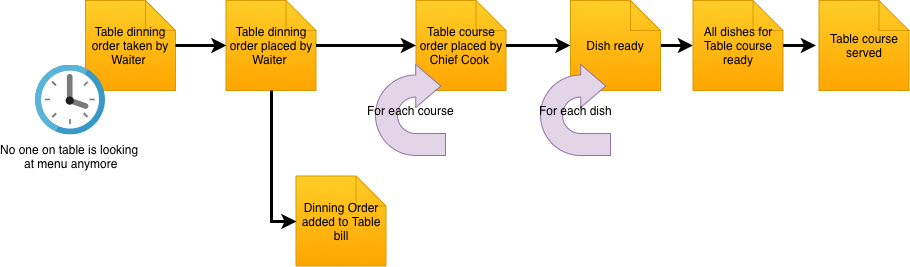
This is img/posts/events-restaurant/diningOrderEvents.png from tripledio/tripledio.github.io, a draw.io export, as it was before one commit. Source tidied: cells renumbered, new cells last; positions are measured from the earlier drawing's top-left corner, leaving out a move shared by most shapes.
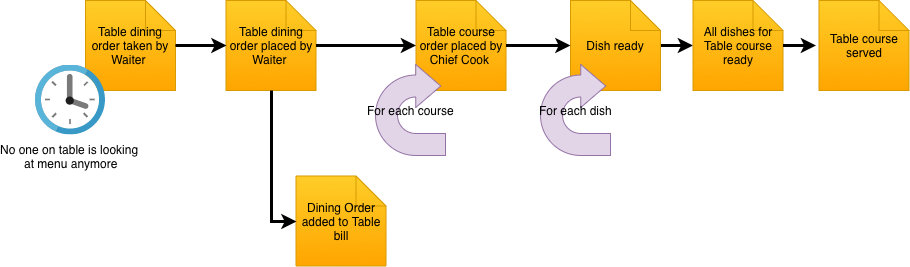
After the change.

Commit message:
Spelling order in Dining event flow

The edit, as a diff of the source:
```diff
@@ -2,10 +2,10 @@
   <root>
     <mxCell id="0" />
     <mxCell id="1" parent="0" />
-    <mxCell id="2" value="&lt;span&gt;Table dinning order taken by Waiter&amp;nbsp;&lt;/span&gt;&lt;br&gt;" style="shape=note;whiteSpace=wrap;html=1;backgroundOutline=1;fillColor=#ffcd28;strokeColor=#d79b00;gradientColor=#ffa500;fontStyle=0;" parent="1" vertex="1">
+    <mxCell id="2" value="&lt;span&gt;Table dining order taken by Waiter&amp;nbsp;&lt;/span&gt;&lt;br&gt;" style="shape=note;whiteSpace=wrap;html=1;backgroundOutline=1;fillColor=#ffcd28;strokeColor=#d79b00;gradientColor=#ffa500;fontStyle=0;" parent="1" vertex="1">
       <mxGeometry x="50" width="90" height="90" as="geometry" />
     </mxCell>
-    <mxCell id="3" value="&lt;span&gt;Table dinning order placed by Waiter&amp;nbsp;&lt;/span&gt;&lt;br&gt;" style="shape=note;whiteSpace=wrap;html=1;backgroundOutline=1;fillColor=#ffcd28;strokeColor=#d79b00;gradientColor=#ffa500;fontStyle=0;" parent="1" vertex="1">
+    <mxCell id="3" value="&lt;span&gt;Table dining order placed by Waiter&amp;nbsp;&lt;/span&gt;&lt;br&gt;" style="shape=note;whiteSpace=wrap;html=1;backgroundOutline=1;fillColor=#ffcd28;strokeColor=#d79b00;gradientColor=#ffa500;fontStyle=0;" parent="1" vertex="1">
       <mxGeometry x="190.5" width="90" height="90" as="geometry" />
     </mxCell>
     <mxCell id="4" style="edgeStyle=orthogonalEdgeStyle;rounded=0;html=1;entryX=0;entryY=0.5;entryDx=0;entryDy=0;entryPerimeter=0;jettySize=auto;strokeWidth=3;fontStyle=0;" parent="1" edge="1" source="2" target="3">
@@ -38,7 +38,7 @@
     <mxCell id="13" value="&lt;span&gt;No one on table is looking &lt;br&gt;at menu anymore&lt;/span&gt;" style="html=1;perimeter=none;align=center;shadow=0;dashed=0;image;fontSize=12;image=img/lib/mscae/Clock.svg;fontStyle=0;" parent="1" vertex="1">
       <mxGeometry y="64.5" width="70" height="70" as="geometry" />
     </mxCell>
-    <mxCell id="14" value="&lt;span&gt;Dinning Order added to Table bill&lt;/span&gt;&lt;br&gt;" style="shape=note;whiteSpace=wrap;html=1;backgroundOutline=1;fillColor=#ffcd28;strokeColor=#d79b00;gradientColor=#ffa500;fontStyle=0;" parent="1" vertex="1">
+    <mxCell id="14" value="&lt;span&gt;Dining Order added to Table bill&lt;/span&gt;&lt;br&gt;" style="shape=note;whiteSpace=wrap;html=1;backgroundOutline=1;fillColor=#ffcd28;strokeColor=#d79b00;gradientColor=#ffa500;fontStyle=0;" parent="1" vertex="1">
       <mxGeometry x="260.5" y="175.5" width="90" height="90" as="geometry" />
     </mxCell>
     <mxCell id="15" style="edgeStyle=orthogonalEdgeStyle;rounded=0;html=1;entryX=0;entryY=0.5;entryDx=0;entryDy=0;entryPerimeter=0;jettySize=auto;strokeColor=#000000;strokeWidth=3;fontStyle=0;" parent="1" edge="1" source="3" target="14">
```
